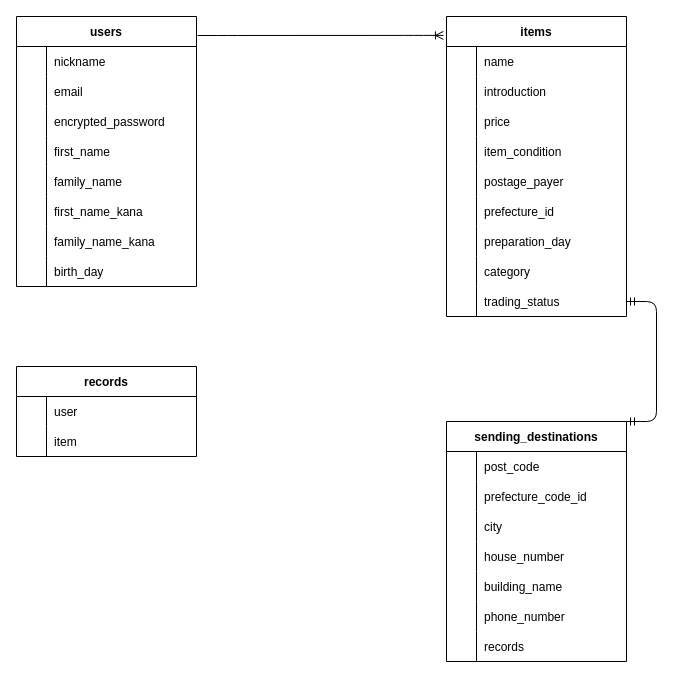
This is ER.dio from KOHKI-24/furima-31480, a draw.io file, before an edit. Source tidied: cells renumbered, new cells numbered last; positions are measured from the earlier drawing's top-left corner, leaving out a move shared by most shapes. Both pictures are drawn from the tidied source at 100%, with x=0, y=0 at pixel (16, 16).
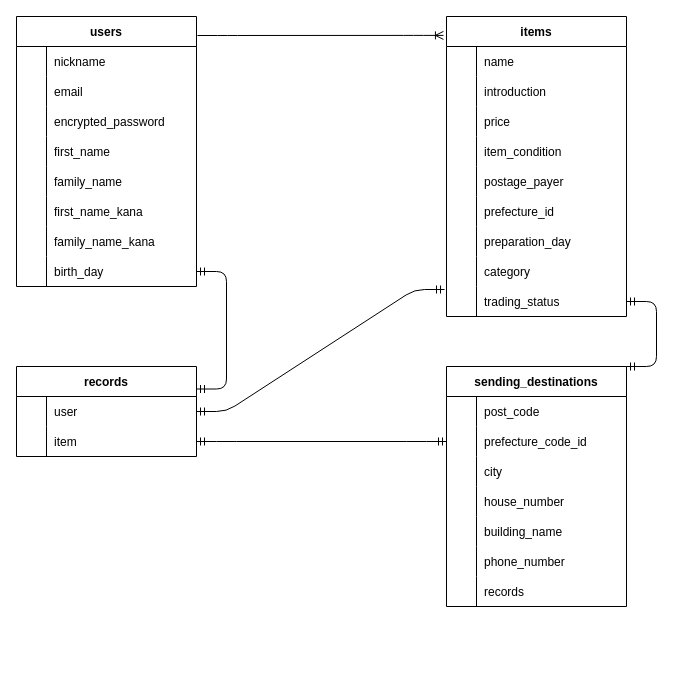
The same diagram, later.

The change refers to these unchanged cells:
```xml
<mxCell id="24" style="shape=partialRectangle;fillColor=none;top=0;left=0;bottom=0;right=0;points=[[0,0.5],[1,0.5]];portConstraint=eastwest;" parent="2" vertex="1">
  <mxGeometry y="240" width="180" height="30" as="geometry" />
</mxCell>
<mxCell id="31" style="shape=partialRectangle;fillColor=none;top=0;left=0;bottom=0;right=0;points=[[0,0.5],[1,0.5]];portConstraint=eastwest;" parent="27" vertex="1">
  <mxGeometry y="60" width="180" height="30" as="geometry" />
</mxCell>
<mxCell id="74" style="shape=partialRectangle;fillColor=none;top=0;left=0;bottom=0;right=0;points=[[0,0.5],[1,0.5]];portConstraint=eastwest;" parent="49" vertex="1">
  <mxGeometry y="270" width="180" height="30" as="geometry" />
</mxCell>
<mxCell id="77" value="records" style="shape=table;startSize=30;childLayout=tableLayout;rowLines=0;fontStyle=1;align=center;" parent="1" vertex="1">
  <mxGeometry y="350" width="180" height="90" as="geometry" />
</mxCell>
<mxCell id="78" style="shape=partialRectangle;fillColor=none;top=0;left=0;bottom=0;right=0;points=[[0,0.5],[1,0.5]];portConstraint=eastwest;" parent="77" vertex="1">
  <mxGeometry y="30" width="180" height="30" as="geometry" />
</mxCell>
<mxCell id="81" style="shape=partialRectangle;fillColor=none;top=0;left=0;bottom=0;right=0;points=[[0,0.5],[1,0.5]];portConstraint=eastwest;" parent="77" vertex="1">
  <mxGeometry y="60" width="180" height="30" as="geometry" />
</mxCell>
```

What changed in the source:
```diff
@@
     <mxCell id="27" value="sending_destinations" style="shape=table;startSize=30;childLayout=tableLayout;rowLines=0;fontStyle=1;align=center;" parent="1" vertex="1">
-      <mxGeometry x="430" y="405" width="180" height="240" as="geometry" />
+      <mxGeometry x="430" y="350" width="180" height="240" as="geometry" />
     </mxCell>
@@
+    <mxCell id="86" style="edgeStyle=entityRelationEdgeStyle;fontSize=12;html=1;endArrow=ERmandOne;startArrow=ERmandOne;entryX=0;entryY=0.5;entryDx=0;entryDy=0;exitX=1;exitY=0.5;exitDx=0;exitDy=0;" parent="1" edge="1" source="81" target="31">
+      <mxGeometry relative="1" as="geometry" />
+    </mxCell>
+    <mxCell id="87" style="edgeStyle=entityRelationEdgeStyle;fontSize=12;html=1;endArrow=ERmandOne;startArrow=ERmandOne;exitX=1;exitY=0.5;exitDx=0;exitDy=0;entryX=1;entryY=0.25;entryDx=0;entryDy=0;" parent="1" edge="1" source="24" target="77">
+      <mxGeometry relative="1" as="geometry" />
+    </mxCell>
+    <mxCell id="88" style="edgeStyle=entityRelationEdgeStyle;fontSize=12;html=1;endArrow=ERmandOne;startArrow=ERmandOne;entryX=-0.011;entryY=0.1;entryDx=0;entryDy=0;entryPerimeter=0;exitX=1;exitY=0.5;exitDx=0;exitDy=0;" parent="1" edge="1" source="78" target="74">
+      <mxGeometry relative="1" as="geometry" />
+    </mxCell>
```
